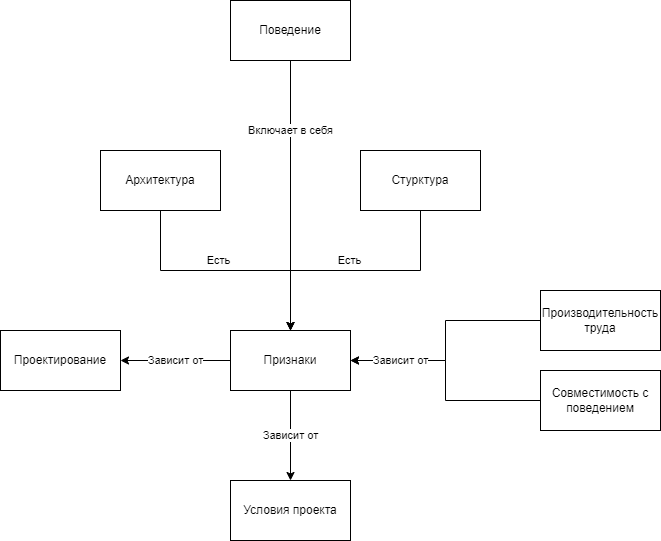
rkhaimov/brain-gym keeps this draw.io diagram as uml/MindMap.drawio.png. Above is the earlier version. Source tidied: cells renumbered, new cells last; positions are measured from the earlier drawing's top-left corner, leaving out a move shared by most shapes.
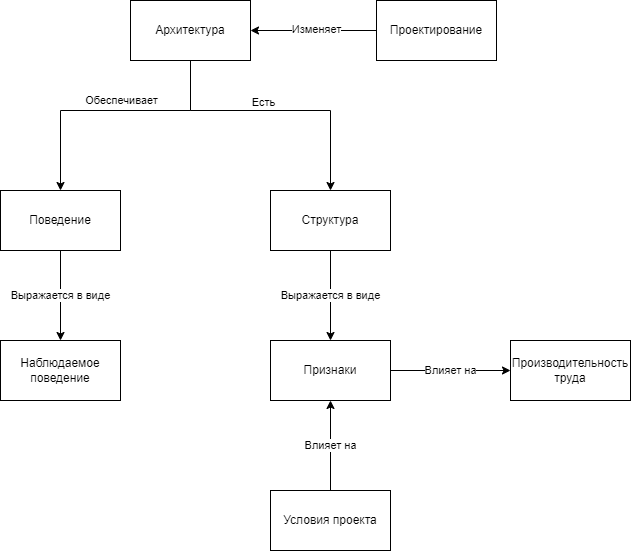
After the commit.

What changed in the source:
```diff
@@ -2,65 +2,85 @@
   <root>
     <mxCell id="0" />
     <mxCell id="1" parent="0" />
-    <mxCell id="2" value="Зависит от" style="edgeStyle=orthogonalEdgeStyle;rounded=0;jettySize=auto;html=1;" parent="1" edge="1" source="4" target="17">
-      <mxGeometry relative="1" as="geometry" />
-    </mxCell>
-    <mxCell id="3" value="Зависит от" style="edgeStyle=orthogonalEdgeStyle;rounded=0;jettySize=auto;html=1;" parent="1" edge="1" source="4" target="16">
-      <mxGeometry relative="1" as="geometry" />
-    </mxCell>
+    <mxCell id="18" value="Вд" style="edgeStyle=orthogonalEdgeStyle;rounded=0;jettySize=auto;html=1;entryX=0;entryY=0.5;entryDx=0;entryDy=0;" parent="1" edge="1" source="4" target="6">
+      <mxGeometry relative="1" as="geometry" />
+    </mxCell>
+    <mxCell id="19" value="Влияет на" style="edgeLabel;html=1;align=center;verticalAlign=middle;" parent="18" vertex="1">
+      <mxGeometry x="-0.17" y="-1" relative="1" as="geometry">
+        <mxPoint x="10" y="-1" as="offset" />
+      </mxGeometry>
+    </mxCell>
     <mxCell id="4" value="Признаки" style="rounded=0;whiteSpace=wrap;html=1;" parent="1" vertex="1">
-      <mxGeometry x="230" y="330" width="120" height="60" as="geometry" />
+      <mxGeometry x="284" y="260" width="120" height="60" as="geometry" />
     </mxCell>
-    <mxCell id="5" style="edgeStyle=orthogonalEdgeStyle;rounded=0;jettySize=auto;html=1;entryX=1;entryY=0.5;entryDx=0;entryDy=0;" parent="1" edge="1" source="6" target="4">
-      <mxGeometry relative="1" as="geometry" />
-    </mxCell>
     <mxCell id="6" value="Производительность&lt;br&gt;труда" style="whiteSpace=wrap;html=1;rounded=0;" parent="1" vertex="1">
-      <mxGeometry x="540" y="290" width="120" height="60" as="geometry" />
+      <mxGeometry x="524" y="260" width="120" height="60" as="geometry" />
     </mxCell>
-    <mxCell id="7" value="Есть" style="edgeStyle=orthogonalEdgeStyle;rounded=0;jettySize=auto;html=1;" parent="1" edge="1" source="8" target="4">
-      <mxGeometry x="0.05" y="-10" relative="1" as="geometry">
+    <mxCell id="7" value="Выражается в виде" style="edgeStyle=orthogonalEdgeStyle;rounded=0;jettySize=auto;html=1;" parent="1" edge="1" source="8" target="4">
+      <mxGeometry relative="1" as="geometry">
         <Array as="points">
-          <mxPoint x="420" y="270" />
-          <mxPoint x="290" y="270" />
+          <mxPoint x="344" y="210" />
+          <mxPoint x="344" y="210" />
         </Array>
       </mxGeometry>
     </mxCell>
-    <mxCell id="8" value="Стурктура" style="whiteSpace=wrap;html=1;rounded=0;" parent="1" vertex="1">
-      <mxGeometry x="360" y="150" width="120" height="60" as="geometry" />
+    <mxCell id="8" value="Структура" style="whiteSpace=wrap;html=1;rounded=0;" parent="1" vertex="1">
+      <mxGeometry x="284" y="110" width="120" height="60" as="geometry" />
     </mxCell>
-    <mxCell id="9" value="Включает в себя" style="edgeStyle=orthogonalEdgeStyle;rounded=0;jettySize=auto;html=1;entryX=0.5;entryY=0;entryDx=0;entryDy=0;" parent="1" edge="1" source="10" target="4">
-      <mxGeometry x="-0.48" relative="1" as="geometry" />
-    </mxCell>
+    <mxCell id="20" value="Выражается в виде" style="edgeStyle=orthogonalEdgeStyle;rounded=0;jettySize=auto;html=1;" parent="1" edge="1" source="10" target="27">
+      <mxGeometry relative="1" as="geometry" />
+    </mxCell>
     <mxCell id="10" value="Поведение" style="whiteSpace=wrap;html=1;rounded=0;" parent="1" vertex="1">
-      <mxGeometry x="230" width="120" height="60" as="geometry" />
+      <mxGeometry x="14" y="110" width="120" height="60" as="geometry" />
     </mxCell>
-    <mxCell id="11" style="edgeStyle=orthogonalEdgeStyle;rounded=0;jettySize=auto;html=1;entryX=0.5;entryY=0;entryDx=0;entryDy=0;" parent="1" edge="1" source="13" target="4">
-      <mxGeometry relative="1" as="geometry">
-        <Array as="points">
-          <mxPoint x="160" y="270" />
-          <mxPoint x="290" y="270" />
-        </Array>
-      </mxGeometry>
-    </mxCell>
+    <mxCell id="21" style="edgeStyle=orthogonalEdgeStyle;rounded=0;jettySize=auto;html=1;entryX=0.5;entryY=0;entryDx=0;entryDy=0;" parent="1" edge="1" source="13" target="8">
+      <mxGeometry relative="1" as="geometry">
+        <Array as="points">
+          <mxPoint x="204" y="30" />
+          <mxPoint x="344" y="30" />
+        </Array>
+      </mxGeometry>
+    </mxCell>
+    <mxCell id="22" style="edgeStyle=orthogonalEdgeStyle;rounded=0;jettySize=auto;html=1;" parent="1" edge="1" source="13" target="10">
+      <mxGeometry relative="1" as="geometry">
+        <Array as="points">
+          <mxPoint x="204" y="30" />
+          <mxPoint x="74" y="30" />
+        </Array>
+      </mxGeometry>
+    </mxCell>
+    <mxCell id="23" value="Обеспечивает" style="edgeLabel;html=1;align=center;verticalAlign=middle;" parent="22" vertex="1">
+      <mxGeometry x="-0.25" relative="1" as="geometry">
+        <mxPoint x="-23" y="-10" as="offset" />
+      </mxGeometry>
+    </mxCell>
+    <mxCell id="13" value="Архитектура" style="whiteSpace=wrap;html=1;rounded=0;" parent="1" vertex="1">
+      <mxGeometry x="144" y="-80" width="120" height="60" as="geometry" />
+    </mxCell>
+    <mxCell id="24" style="edgeStyle=orthogonalEdgeStyle;rounded=0;jettySize=auto;html=1;" parent="1" edge="1" source="16" target="13">
+      <mxGeometry relative="1" as="geometry" />
+    </mxCell>
+    <mxCell id="25" value="Изменяет" style="edgeLabel;html=1;align=center;verticalAlign=middle;" parent="24" vertex="1">
+      <mxGeometry x="-0.29" y="-1" relative="1" as="geometry">
+        <mxPoint x="-15" as="offset" />
+      </mxGeometry>
+    </mxCell>
+    <mxCell id="16" value="Проектирование" style="whiteSpace=wrap;html=1;rounded=0;" parent="1" vertex="1">
+      <mxGeometry x="390" y="-80" width="120" height="60" as="geometry" />
+    </mxCell>
+    <mxCell id="26" value="Влияет на" style="edgeStyle=orthogonalEdgeStyle;rounded=0;jettySize=auto;html=1;entryX=0.5;entryY=1;entryDx=0;entryDy=0;" parent="1" edge="1" source="17" target="4">
+      <mxGeometry relative="1" as="geometry" />
+    </mxCell>
+    <mxCell id="17" value="Условия проекта" style="whiteSpace=wrap;html=1;rounded=0;" parent="1" vertex="1">
+      <mxGeometry x="284" y="410" width="120" height="60" as="geometry" />
+    </mxCell>
-    <mxCell id="12" value="Есть" style="edgeLabel;html=1;align=center;verticalAlign=middle;" parent="11" vertex="1">
-      <mxGeometry x="-0.11" y="-2" relative="1" as="geometry">
-        <mxPoint x="7" y="-12" as="offset" />
+    <mxCell id="12" value="Есть" style="edgeLabel;html=1;align=center;verticalAlign=middle;" parent="1" vertex="1">
+      <mxGeometry x="274" y="20" as="geometry">
+        <mxPoint x="3" y="2" as="offset" />
       </mxGeometry>
     </mxCell>
-    <mxCell id="13" value="Архитектура" style="whiteSpace=wrap;html=1;rounded=0;" parent="1" vertex="1">
-      <mxGeometry x="100" y="150" width="120" height="60" as="geometry" />
-    </mxCell>
-    <mxCell id="14" value="Зависит от" style="edgeStyle=orthogonalEdgeStyle;rounded=0;jettySize=auto;html=1;entryX=1;entryY=0.5;entryDx=0;entryDy=0;" parent="1" edge="1" source="15" target="4">
-      <mxGeometry x="0.57" relative="1" as="geometry" />
-    </mxCell>
-    <mxCell id="15" value="Совместимость с поведением" style="whiteSpace=wrap;html=1;rounded=0;" parent="1" vertex="1">
-      <mxGeometry x="540" y="370" width="120" height="60" as="geometry" />
-    </mxCell>
-    <mxCell id="16" value="Проектирование" style="whiteSpace=wrap;html=1;rounded=0;" parent="1" vertex="1">
-      <mxGeometry y="330" width="120" height="60" as="geometry" />
-    </mxCell>
-    <mxCell id="17" value="Условия проекта" style="whiteSpace=wrap;html=1;rounded=0;" parent="1" vertex="1">
-      <mxGeometry x="230" y="480" width="120" height="60" as="geometry" />
-    </mxCell>
+    <mxCell id="27" value="Наблюдаемое поведение" style="whiteSpace=wrap;html=1;rounded=0;" parent="1" vertex="1">
+      <mxGeometry x="14" y="260" width="120" height="60" as="geometry" />
+    </mxCell>
   </root>
 </mxGraphModel>
```
